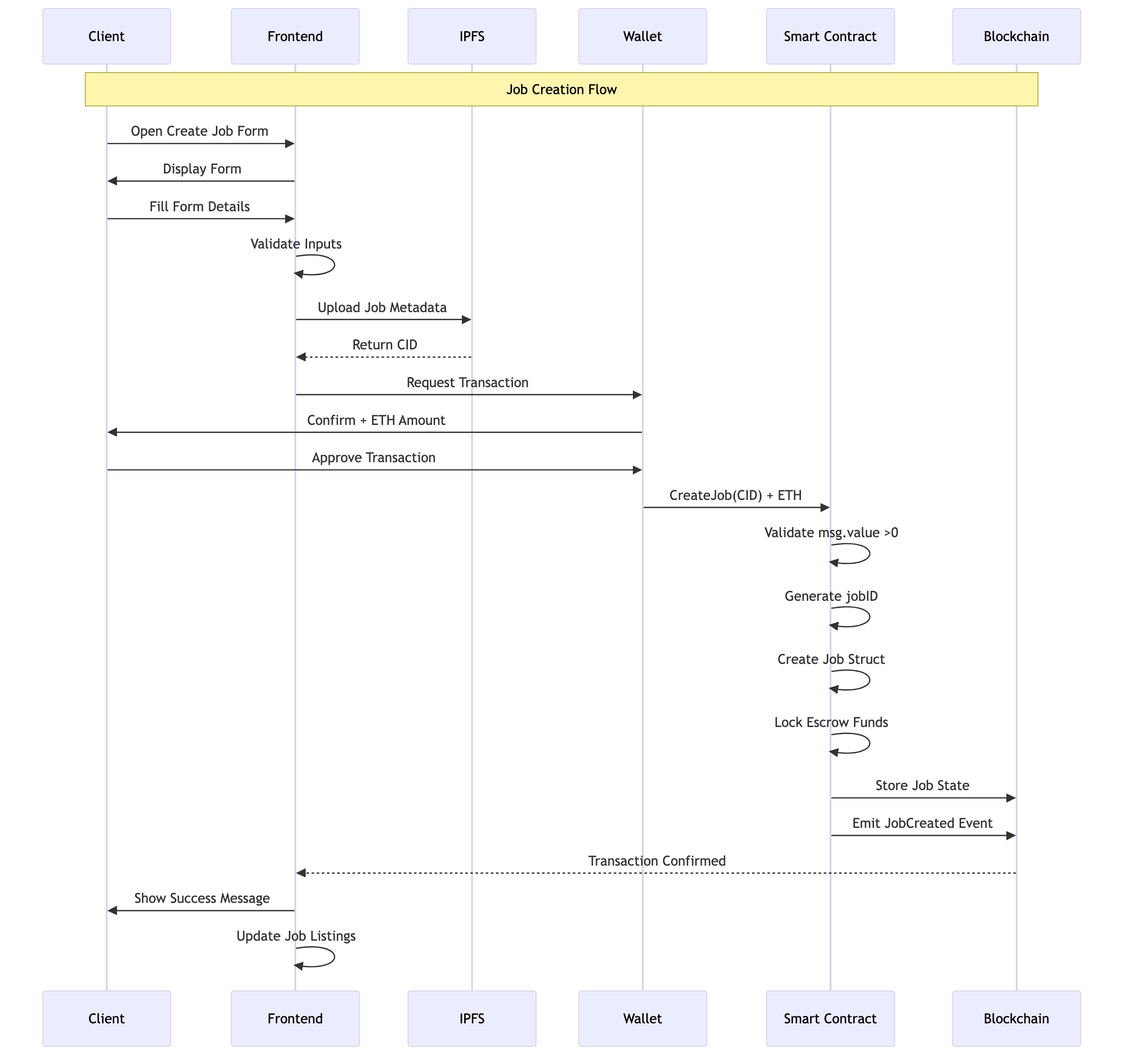
Above: report/diagrams/sequence_diagram.png in AvadhootSmart/SkillChain (Mermaid), before the change. Its source is kept beside it as report/diagrams/sequence_diagram.mmd.
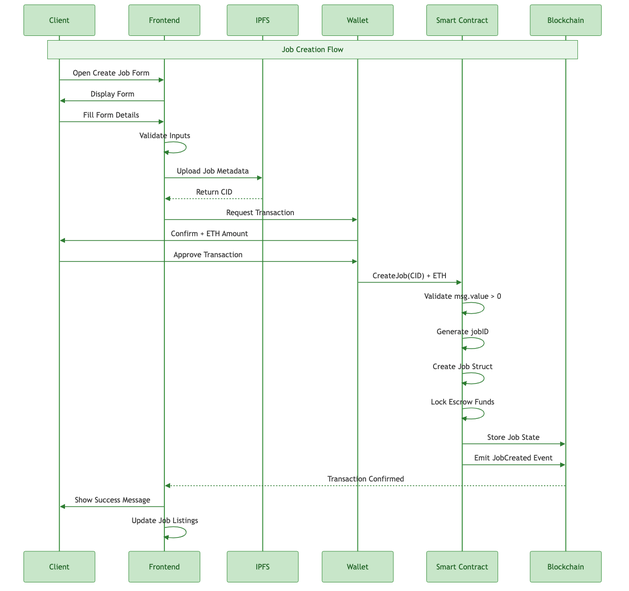
The same file after the commit.

The edit, as a diff of the source:
```diff
@@ -1,3 +1,21 @@
+%%{init: {'theme': 'base', 'themeVariables': {
+    'actorBkg': '#c8e6c9',
+    'actorBorder': '#388e3c',
+    'actorTextColor': '#1b5e20',
+    'actorLineColor': '#388e3c',
+    'signalColor': '#2e7d32',
+    'signalTextColor': '#333333',
+    'labelBoxBkgColor': '#e8f5e9',
+    'labelBoxBorderColor': '#388e3c',
+    'labelTextColor': '#1b5e20',
+    'noteBkgColor': '#e8f5e9',
+    'noteBorderColor': '#388e3c',
+    'noteTextColor': '#1b5e20',
+    'activationBkgColor': '#a5d6a7',
+    'activationBorderColor': '#2e7d32',
+    'loopTextColor': '#1b5e20',
+    'fontSize': '14px'
+}}}%%
 sequenceDiagram
     participant C as Client
     participant F as Frontend
@@ -21,7 +39,7 @@
     C->>W: Approve Transaction
 
     W->>S: CreateJob(CID) + ETH
-    S->>S: Validate msg.value >0
+    S->>S: Validate msg.value > 0
     S->>S: Generate jobID
     S->>S: Create Job Struct
     S->>S: Lock Escrow Funds
```
